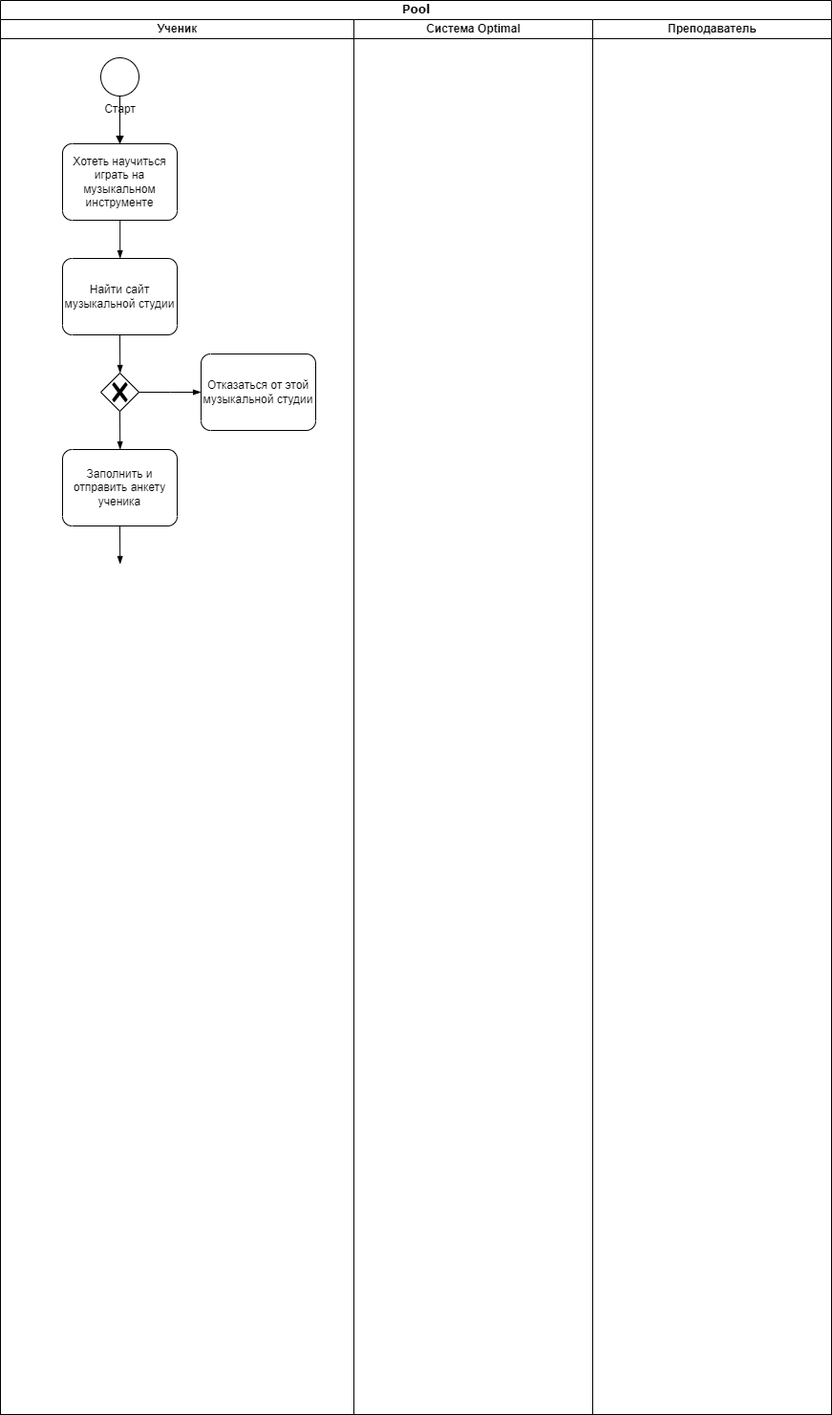
This is BPMN.png from watashinonericell/myrepos, a draw.io export, as it was before one commit. Source tidied: cells renumbered, new cells last; positions are measured from the earlier drawing's top-left corner, leaving out a move shared by most shapes.
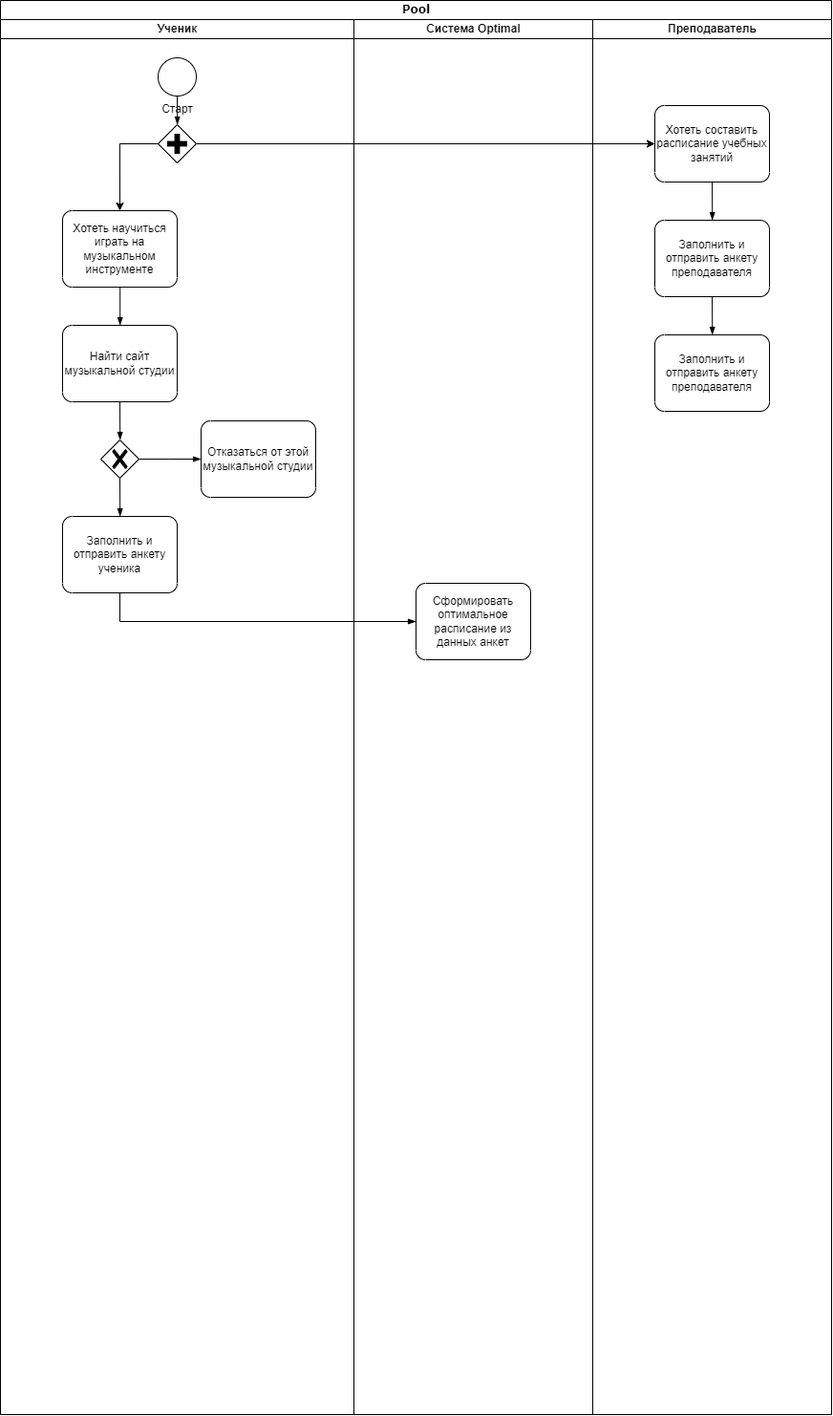
Above is the later version.

The edit, as a diff of the source:
```diff
@@ -5,61 +5,89 @@
     <mxCell id="2" value="Pool" style="swimlane;html=1;startSize=20;rounded=0;shadow=0;comic=0;labelBackgroundColor=none;strokeWidth=1;fontFamily=Verdana;fontSize=12;align=center;" parent="1" vertex="1">
       <mxGeometry width="870" height="1480" as="geometry" />
     </mxCell>
+    <mxCell id="12" style="edgeStyle=elbowEdgeStyle;fontSize=12;html=1;endArrow=blockThin;endFill=1;rounded=0;exitX=0.5;exitY=1;exitDx=0;exitDy=0;exitPerimeter=0;entryX=0;entryY=0.5;entryDx=0;entryDy=0;entryPerimeter=0;" parent="2" edge="1" source="11" target="22">
+      <mxGeometry relative="1" as="geometry">
+        <Array as="points">
+          <mxPoint x="125" y="640" />
+        </Array>
+      </mxGeometry>
+    </mxCell>
     <mxCell id="3" value="Ученик" style="swimlane;html=1;startSize=20;" parent="2" vertex="1">
       <mxGeometry y="20" width="370" height="1460" as="geometry" />
     </mxCell>
-    <mxCell id="4" style="edgeStyle=orthogonalEdgeStyle;rounded=0;jettySize=auto;html=1;" parent="3" edge="1" source="5" target="7">
-      <mxGeometry relative="1" as="geometry" />
-    </mxCell>
     <mxCell id="5" value="Старт" style="points=[[0.145,0.145,0],[0.5,0,0],[0.855,0.145,0],[1,0.5,0],[0.855,0.855,0],[0.5,1,0],[0.145,0.855,0],[0,0.5,0]];shape=mxgraph.bpmn.event;html=1;verticalLabelPosition=bottom;labelBackgroundColor=#ffffff;verticalAlign=top;align=center;perimeter=ellipsePerimeter;outlineConnect=0;outline=standard;symbol=general;" parent="3" vertex="1">
-      <mxGeometry x="105" y="40" width="40" height="40" as="geometry" />
+      <mxGeometry x="165" y="40" width="40" height="40" as="geometry" />
     </mxCell>
-    <mxCell id="6" style="edgeStyle=elbowEdgeStyle;fontSize=12;html=1;endArrow=blockThin;endFill=1;rounded=0;exitX=0.5;exitY=1;exitDx=0;exitDy=0;exitPerimeter=0;entryX=0.5;entryY=0;entryDx=0;entryDy=0;entryPerimeter=0;" parent="3" edge="1" source="5" target="7">
-      <mxGeometry relative="1" as="geometry">
-        <Array as="points">
-          <mxPoint x="125" y="110" />
-        </Array>
-      </mxGeometry>
-    </mxCell>
     <mxCell id="7" value="Хотеть научиться играть на музыкальном инструменте" style="points=[[0.25,0,0],[0.5,0,0],[0.75,0,0],[1,0.25,0],[1,0.5,0],[1,0.75,0],[0.75,1,0],[0.5,1,0],[0.25,1,0],[0,0.75,0],[0,0.5,0],[0,0.25,0]];shape=mxgraph.bpmn.task;whiteSpace=wrap;rectStyle=rounded;size=10;html=1;taskMarker=abstract;" parent="3" vertex="1">
-      <mxGeometry x="65" y="130" width="120" height="80" as="geometry" />
+      <mxGeometry x="65" y="200" width="120" height="80" as="geometry" />
     </mxCell>
     <mxCell id="8" style="edgeStyle=elbowEdgeStyle;fontSize=12;html=1;endArrow=blockThin;endFill=1;rounded=0;entryX=0.5;entryY=0;entryDx=0;entryDy=0;entryPerimeter=0;" parent="3" edge="1" source="7" target="9">
       <mxGeometry relative="1" as="geometry" />
     </mxCell>
     <mxCell id="9" value="Найти сайт музыкальной студии" style="points=[[0.25,0,0],[0.5,0,0],[0.75,0,0],[1,0.25,0],[1,0.5,0],[1,0.75,0],[0.75,1,0],[0.5,1,0],[0.25,1,0],[0,0.75,0],[0,0.5,0],[0,0.25,0]];shape=mxgraph.bpmn.task;whiteSpace=wrap;rectStyle=rounded;size=10;html=1;taskMarker=abstract;" parent="3" vertex="1">
-      <mxGeometry x="65" y="250" width="120" height="80" as="geometry" />
+      <mxGeometry x="65" y="320" width="120" height="80" as="geometry" />
     </mxCell>
     <mxCell id="10" style="edgeStyle=elbowEdgeStyle;fontSize=12;html=1;endArrow=blockThin;endFill=1;rounded=0;exitX=0.5;exitY=1;exitDx=0;exitDy=0;exitPerimeter=0;entryX=0.5;entryY=0;entryDx=0;entryDy=0;entryPerimeter=0;" parent="3" edge="1" source="9" target="13">
       <mxGeometry relative="1" as="geometry" />
     </mxCell>
     <mxCell id="11" value="Заполнить и отправить анкету ученика" style="points=[[0.25,0,0],[0.5,0,0],[0.75,0,0],[1,0.25,0],[1,0.5,0],[1,0.75,0],[0.75,1,0],[0.5,1,0],[0.25,1,0],[0,0.75,0],[0,0.5,0],[0,0.25,0]];shape=mxgraph.bpmn.task;whiteSpace=wrap;rectStyle=rounded;size=10;html=1;taskMarker=abstract;" parent="3" vertex="1">
-      <mxGeometry x="65" y="450" width="120" height="80" as="geometry" />
+      <mxGeometry x="65" y="520" width="120" height="80" as="geometry" />
     </mxCell>
-    <mxCell id="12" style="edgeStyle=elbowEdgeStyle;fontSize=12;html=1;endArrow=blockThin;endFill=1;rounded=0;exitX=0.5;exitY=1;exitDx=0;exitDy=0;exitPerimeter=0;" parent="3" edge="1" source="11">
-      <mxGeometry relative="1" as="geometry">
-        <mxPoint x="125" y="570" as="targetPoint" />
-      </mxGeometry>
-    </mxCell>
     <mxCell id="13" style="points=[[0.25,0.25,0],[0.5,0,0],[0.75,0.25,0],[1,0.5,0],[0.75,0.75,0],[0.5,1,0],[0.25,0.75,0],[0,0.5,0]];shape=mxgraph.bpmn.gateway2;html=1;verticalLabelPosition=bottom;labelBackgroundColor=#ffffff;verticalAlign=top;align=center;perimeter=rhombusPerimeter;outlineConnect=0;outline=none;symbol=none;gwType=exclusive;" parent="3" vertex="1">
-      <mxGeometry x="105" y="370" width="40" height="40" as="geometry" />
+      <mxGeometry x="105" y="440" width="40" height="40" as="geometry" />
     </mxCell>
     <mxCell id="14" style="edgeStyle=elbowEdgeStyle;fontSize=12;html=1;endArrow=blockThin;endFill=1;rounded=0;exitX=0.5;exitY=1;exitDx=0;exitDy=0;exitPerimeter=0;entryX=0.5;entryY=0;entryDx=0;entryDy=0;entryPerimeter=0;" parent="3" edge="1" source="13" target="11">
       <mxGeometry relative="1" as="geometry" />
     </mxCell>
     <mxCell id="15" style="edgeStyle=elbowEdgeStyle;fontSize=12;html=1;endArrow=blockThin;endFill=1;rounded=0;exitX=1;exitY=0.5;exitDx=0;exitDy=0;exitPerimeter=0;" parent="3" edge="1" source="13">
       <mxGeometry relative="1" as="geometry">
-        <mxPoint x="210" y="390" as="targetPoint" />
+        <mxPoint x="210" y="460" as="targetPoint" />
       </mxGeometry>
     </mxCell>
     <mxCell id="16" value="Отказаться от этой музыкальной студии" style="shape=mxgraph.bpmn.task;whiteSpace=wrap;rectStyle=rounded;size=10;html=1;taskMarker=abstract;" parent="3" vertex="1">
-      <mxGeometry x="210" y="350" width="120" height="80" as="geometry" />
+      <mxGeometry x="210" y="420" width="120" height="80" as="geometry" />
     </mxCell>
+    <mxCell id="19" style="points=[[0.25,0.25,0],[0.5,0,0],[0.75,0.25,0],[1,0.5,0],[0.75,0.75,0],[0.5,1,0],[0.25,0.75,0],[0,0.5,0]];shape=mxgraph.bpmn.gateway2;html=1;verticalLabelPosition=bottom;labelBackgroundColor=#ffffff;verticalAlign=top;align=center;perimeter=rhombusPerimeter;outlineConnect=0;outline=none;symbol=none;gwType=parallel;" parent="3" vertex="1">
+      <mxGeometry x="165" y="110" width="40" height="40" as="geometry" />
+    </mxCell>
+    <mxCell id="20" style="edgeStyle=orthogonalEdgeStyle;rounded=0;jettySize=auto;html=1;entryX=0.5;entryY=0;entryDx=0;entryDy=0;entryPerimeter=0;exitX=0;exitY=0.5;exitDx=0;exitDy=0;exitPerimeter=0;" parent="3" edge="1" source="19" target="7">
+      <mxGeometry relative="1" as="geometry">
+        <Array as="points">
+          <mxPoint x="125" y="130" />
+        </Array>
+      </mxGeometry>
+    </mxCell>
+    <mxCell id="21" style="edgeStyle=elbowEdgeStyle;fontSize=12;html=1;endArrow=blockThin;endFill=1;rounded=0;exitX=0.5;exitY=1;exitDx=0;exitDy=0;exitPerimeter=0;entryX=0.5;entryY=0;entryDx=0;entryDy=0;entryPerimeter=0;" parent="3" edge="1" source="5" target="19">
+      <mxGeometry relative="1" as="geometry" />
+    </mxCell>
     <mxCell id="17" value="Система Optimal" style="swimlane;html=1;startSize=20;" parent="2" vertex="1">
       <mxGeometry x="370" y="20" width="250" height="1460" as="geometry" />
     </mxCell>
+    <mxCell id="22" value="Сформировать оптимальное расписание из данных анкет" style="points=[[0.25,0,0],[0.5,0,0],[0.75,0,0],[1,0.25,0],[1,0.5,0],[1,0.75,0],[0.75,1,0],[0.5,1,0],[0.25,1,0],[0,0.75,0],[0,0.5,0],[0,0.25,0]];shape=mxgraph.bpmn.task;whiteSpace=wrap;rectStyle=rounded;size=10;html=1;taskMarker=abstract;" parent="17" vertex="1">
+      <mxGeometry x="65" y="590" width="120" height="80" as="geometry" />
+    </mxCell>
     <mxCell id="18" value="Преподаватель" style="swimlane;html=1;startSize=20;" parent="2" vertex="1">
       <mxGeometry x="620" y="20" width="250" height="1460" as="geometry" />
     </mxCell>
+    <mxCell id="23" value="Хотеть составить расписание учебных занятий" style="points=[[0.25,0,0],[0.5,0,0],[0.75,0,0],[1,0.25,0],[1,0.5,0],[1,0.75,0],[0.75,1,0],[0.5,1,0],[0.25,1,0],[0,0.75,0],[0,0.5,0],[0,0.25,0]];shape=mxgraph.bpmn.task;whiteSpace=wrap;rectStyle=rounded;size=10;html=1;taskMarker=abstract;" parent="18" vertex="1">
+      <mxGeometry x="65" y="90" width="120" height="80" as="geometry" />
+    </mxCell>
+    <mxCell id="24" value="Заполнить и отправить анкету преподавателя" style="points=[[0.25,0,0],[0.5,0,0],[0.75,0,0],[1,0.25,0],[1,0.5,0],[1,0.75,0],[0.75,1,0],[0.5,1,0],[0.25,1,0],[0,0.75,0],[0,0.5,0],[0,0.25,0]];shape=mxgraph.bpmn.task;whiteSpace=wrap;rectStyle=rounded;size=10;html=1;taskMarker=abstract;" parent="18" vertex="1">
+      <mxGeometry x="65" y="210" width="120" height="80" as="geometry" />
+    </mxCell>
+    <mxCell id="25" value="Заполнить и отправить анкету преподавателя" style="points=[[0.25,0,0],[0.5,0,0],[0.75,0,0],[1,0.25,0],[1,0.5,0],[1,0.75,0],[0.75,1,0],[0.5,1,0],[0.25,1,0],[0,0.75,0],[0,0.5,0],[0,0.25,0]];shape=mxgraph.bpmn.task;whiteSpace=wrap;rectStyle=rounded;size=10;html=1;taskMarker=abstract;" parent="18" vertex="1">
+      <mxGeometry x="65" y="330" width="120" height="80" as="geometry" />
+    </mxCell>
+    <mxCell id="26" style="edgeStyle=elbowEdgeStyle;fontSize=12;html=1;endArrow=blockThin;endFill=1;rounded=0;exitX=0.5;exitY=1;exitDx=0;exitDy=0;exitPerimeter=0;entryX=0.5;entryY=0;entryDx=0;entryDy=0;entryPerimeter=0;" parent="18" edge="1" source="24" target="25">
+      <mxGeometry relative="1" as="geometry" />
+    </mxCell>
+    <mxCell id="27" style="edgeStyle=orthogonalEdgeStyle;rounded=0;jettySize=auto;html=1;exitX=1;exitY=0.5;exitDx=0;exitDy=0;exitPerimeter=0;entryX=0;entryY=0.5;entryDx=0;entryDy=0;entryPerimeter=0;" parent="2" edge="1" source="19" target="23">
+      <mxGeometry relative="1" as="geometry" />
+    </mxCell>
+    <mxCell id="28" style="edgeStyle=elbowEdgeStyle;fontSize=12;html=1;endArrow=blockThin;endFill=1;rounded=0;exitX=0.5;exitY=1;exitDx=0;exitDy=0;exitPerimeter=0;" parent="1" edge="1" source="23">
+      <mxGeometry relative="1" as="geometry">
+        <mxPoint x="745" y="230" as="targetPoint" />
+      </mxGeometry>
+    </mxCell>
   </root>
 </mxGraphModel>
```
